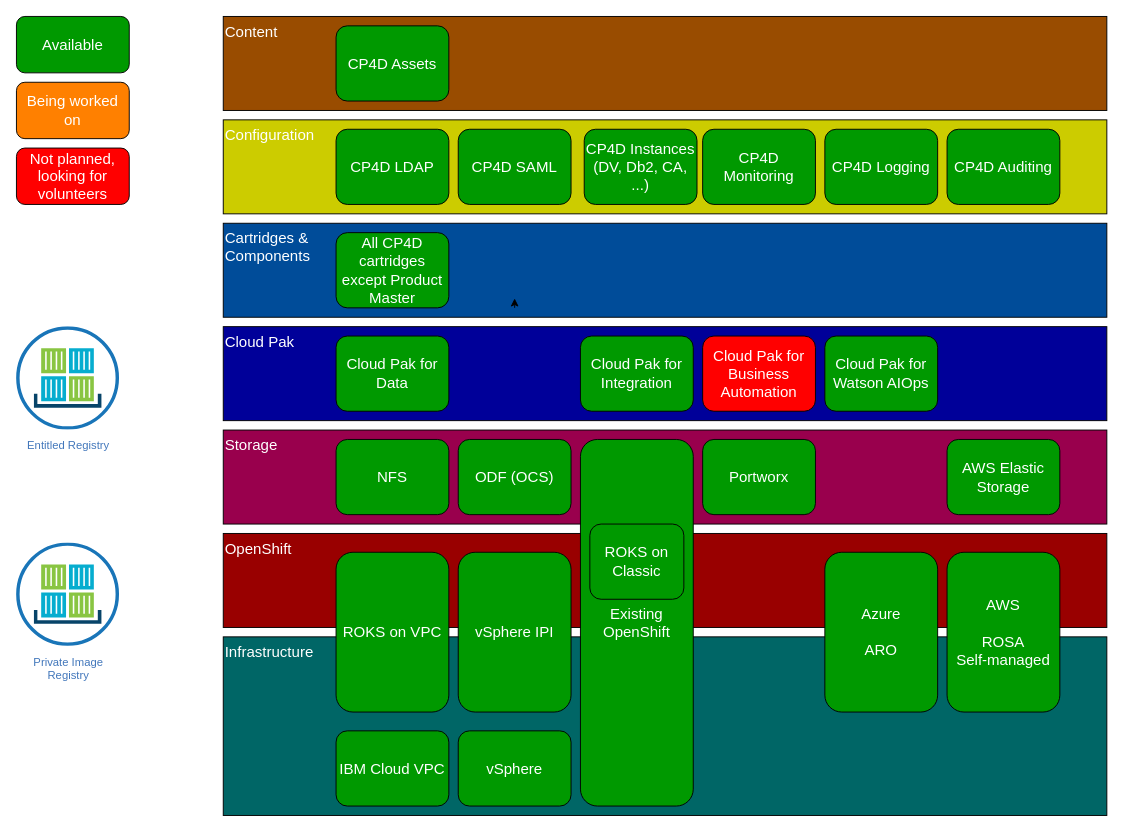
Above: docs/src/01-introduction/images/cp-deploy-current-state.drawio in CloudPakDeployerDev/cloud-pak-deployer-dev (draw.io), before the change. Source tidied: cells renumbered, new cells numbered last; positions are measured from the earlier drawing's top-left corner, leaving out a move shared by most shapes. Both pictures are drawn from the tidied source at 94%, with x=0, y=0 at pixel (16, 16).
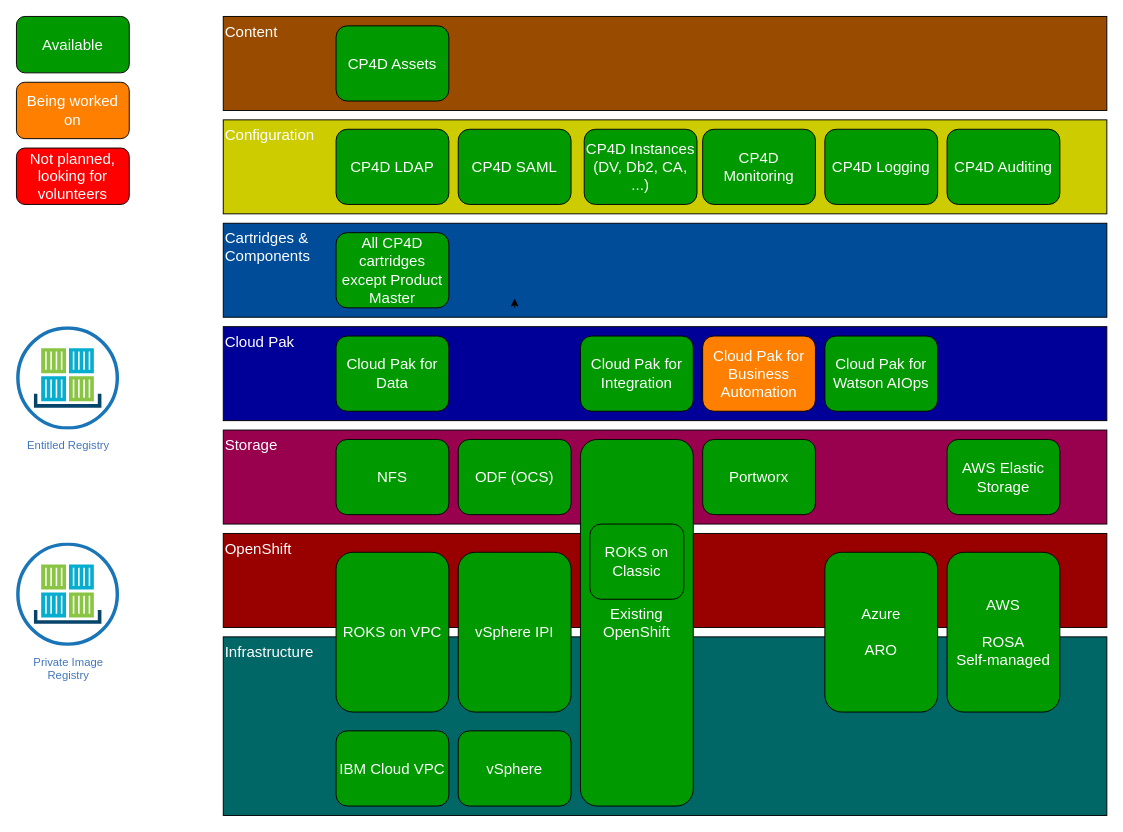
The same page after the edit.

Diff of the diagram source:
```diff
@@
-    <mxCell id="33" value="Cloud Pak for Business Automation" style="rounded=1;whiteSpace=wrap;html=1;fontSize=16;fontColor=#FFFFFF;fillColor=#FF0000;align=center;verticalAlign=middle;" parent="30" vertex="1">
+    <mxCell id="33" value="Cloud Pak for Business Automation" style="rounded=1;whiteSpace=wrap;html=1;fontSize=16;fontColor=#FFFFFF;fillColor=#ff8000;align=center;verticalAlign=middle;" parent="30" vertex="1">
       <mxGeometry x="730" y="340" width="120" height="80" as="geometry" />
     </mxCell>
```
